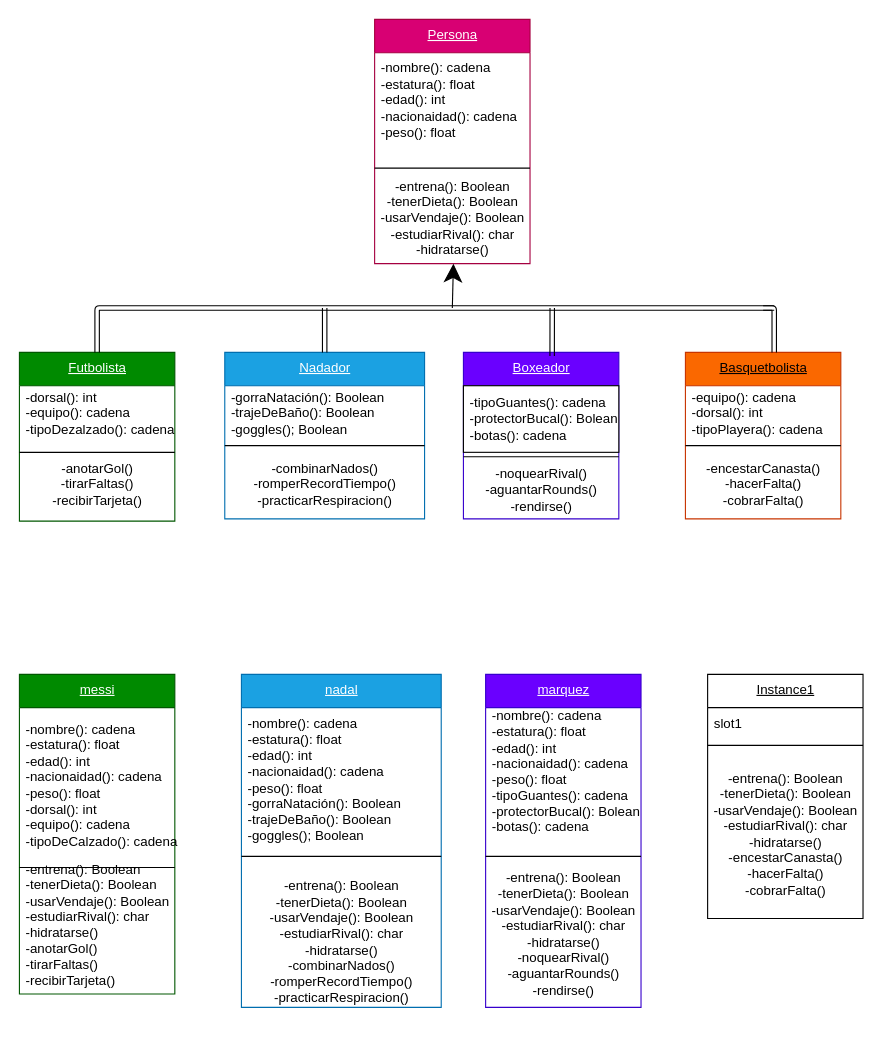
This is Untitled Diagram.drawio from alan-carrasco/Pr-ctica, a draw.io file, before an edit. Source tidied: cells renumbered, new cells numbered last; positions are measured from the earlier drawing's top-left corner, leaving out a move shared by most shapes. Both pictures are drawn from the tidied source at 111%, with x=0, y=0 at pixel (19, 19).
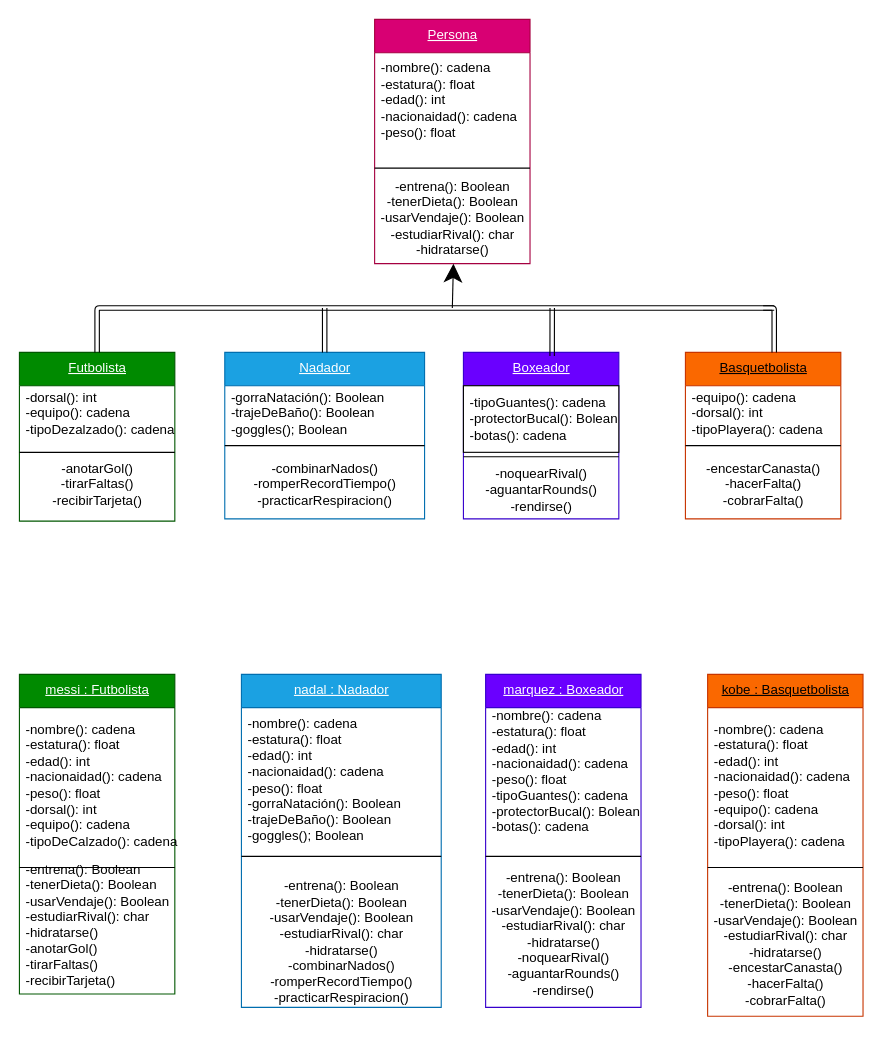
The same diagram, later.

Change to the diagram source:
```diff
@@
-    <mxCell id="27" value="messi" style="swimlane;fontStyle=4;align=center;verticalAlign=top;horizontal=1;startSize=30;html=1;hachureGap=4;fillColor=#008a00;strokeColor=#005700;fontColor=#ffffff;" parent="1" vertex="1">
+    <mxCell id="27" value="&lt;div&gt;messi : Futbolista&lt;/div&gt;&lt;div&gt;&lt;br&gt; &lt;/div&gt;" style="swimlane;fontStyle=4;align=center;verticalAlign=top;horizontal=1;startSize=30;html=1;hachureGap=4;fillColor=#008a00;strokeColor=#005700;fontColor=#ffffff;" parent="1" vertex="1">
       <mxGeometry y="590" width="140" height="288" as="geometry" />
     </mxCell>
@@
-    <mxCell id="31" value="nadal" style="swimlane;fontStyle=4;align=center;verticalAlign=top;horizontal=1;startSize=30;html=1;hachureGap=4;fillColor=#1ba1e2;strokeColor=#006EAF;fontColor=#ffffff;" parent="1" vertex="1">
+    <mxCell id="31" value="&lt;div&gt;nadal : Nadador&lt;/div&gt;&lt;div&gt;&lt;br&gt;&lt;/div&gt;" style="swimlane;fontStyle=4;align=center;verticalAlign=top;horizontal=1;startSize=30;html=1;hachureGap=4;fillColor=#1ba1e2;strokeColor=#006EAF;fontColor=#ffffff;" parent="1" vertex="1">
       <mxGeometry x="200" y="590" width="180" height="300" as="geometry" />
     </mxCell>
@@
-    <mxCell id="35" value="marquez" style="swimlane;fontStyle=4;align=center;verticalAlign=top;horizontal=1;startSize=30;html=1;hachureGap=4;fillColor=#6a00ff;strokeColor=#3700CC;fontColor=#ffffff;" parent="1" vertex="1">
+    <mxCell id="35" value="marquez : Boxeador" style="swimlane;fontStyle=4;align=center;verticalAlign=top;horizontal=1;startSize=30;html=1;hachureGap=4;fillColor=#6a00ff;strokeColor=#3700CC;fontColor=#ffffff;" parent="1" vertex="1">
       <mxGeometry x="420" y="590" width="140" height="300" as="geometry" />
     </mxCell>
@@
-    <mxCell id="39" value="Instance1" style="swimlane;fontStyle=4;align=center;verticalAlign=top;horizontal=1;startSize=30;html=1;" parent="1" vertex="1">
-      <mxGeometry x="620" y="590" width="140" height="220" as="geometry" />
+    <mxCell id="39" value="kobe : Basquetbolista" style="swimlane;fontStyle=4;align=center;verticalAlign=top;horizontal=1;startSize=30;html=1;fillColor=#fa6800;strokeColor=#C73500;fontColor=#000000;" parent="1" vertex="1">
+      <mxGeometry x="620" y="590" width="140" height="308" as="geometry" />
     </mxCell>
-    <mxCell id="40" value="slot1" style="html=1;strokeColor=none;fillColor=none;align=left;verticalAlign=middle;spacingLeft=4;spacingRight=4;" parent="39" vertex="1">
-      <mxGeometry y="30" width="140" height="30" as="geometry" />
+    <mxCell id="40" value="&lt;div&gt;&lt;br&gt;&lt;/div&gt;&lt;div&gt;&lt;br&gt;&lt;/div&gt;&lt;div&gt;-nombre(): cadena&lt;/div&gt;&lt;div&gt;-estatura(): float&lt;/div&gt;&lt;div&gt;-edad(): int&lt;/div&gt;&lt;div&gt;-nacionaidad(): cadena&lt;/div&gt;&lt;div&gt;-peso(): float&lt;/div&gt;&lt;div&gt;&lt;div&gt;-equipo(): cadena&lt;/div&gt;&lt;div&gt;-dorsal(): int&lt;/div&gt;&lt;div&gt;-tipoPlayera(): cadena&lt;br&gt;&lt;/div&gt;&lt;br&gt;&lt;br&gt;&lt;/div&gt;" style="html=1;strokeColor=none;fillColor=none;align=left;verticalAlign=middle;spacingLeft=4;spacingRight=4;" parent="39" vertex="1">
+      <mxGeometry y="30" width="140" height="140" as="geometry" />
     </mxCell>
     <mxCell id="41" style="line;strokeWidth=1;fillColor=none;align=left;verticalAlign=middle;spacingTop=-1;spacingLeft=3;spacingRight=3;labelPosition=right;" parent="39" vertex="1">
-      <mxGeometry y="60" width="140" height="8" as="geometry" />
+      <mxGeometry y="170" width="140" height="8" as="geometry" />
     </mxCell>
     <mxCell id="42" value="&lt;div&gt;&lt;br&gt;&lt;/div&gt;&lt;div&gt;&lt;br&gt;&lt;/div&gt;&lt;div&gt;-entrena(): Boolean&lt;/div&gt;&lt;div&gt;-tenerDieta(): Boolean&lt;br&gt;&lt;/div&gt;&lt;div&gt;-usarVendaje(): Boolean&lt;br&gt;&lt;/div&gt;&lt;div&gt;-estudiarRival(): char&lt;/div&gt;&lt;div&gt;-hidratarse()&lt;/div&gt;&lt;div&gt;&lt;div&gt;-encestarCanasta()&lt;/div&gt;&lt;div&gt;-hacerFalta()&lt;/div&gt;&lt;div&gt;-cobrarFalta()&lt;br&gt;&lt;/div&gt;&lt;/div&gt;&lt;br&gt;&lt;br&gt;" style="html=1;strokeColor=none;fillColor=none;align=center;verticalAlign=middle;spacingLeft=4;spacingRight=4;" parent="39" vertex="1">
-      <mxGeometry y="68" width="140" height="152" as="geometry" />
+      <mxGeometry y="178" width="140" height="130" as="geometry" />
     </mxCell>
```
